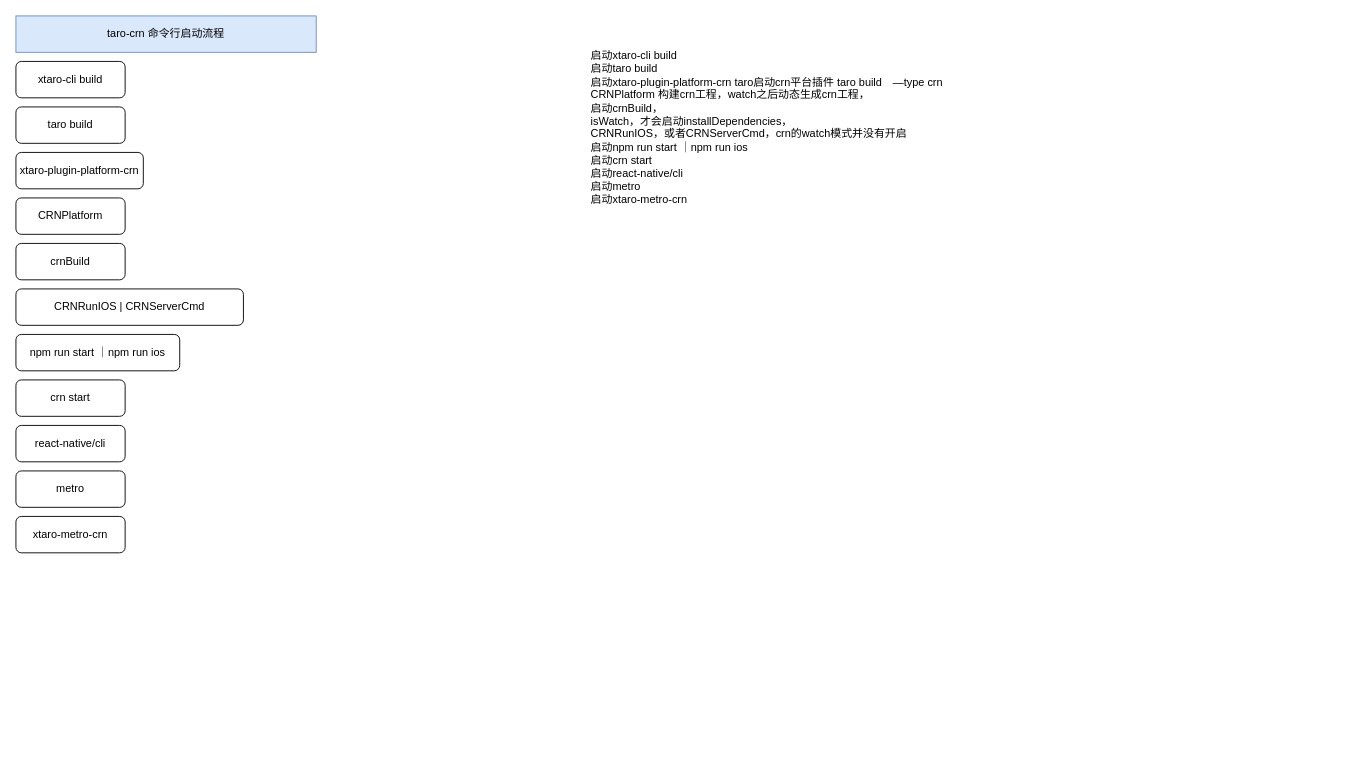
Before: taro-CRN/命令行启动流程.drawio in brainee/diagrams, a draw.io diagram. Source tidied: cells renumbered, new cells numbered last; positions are measured from the earlier drawing's top-left corner, leaving out a move shared by most shapes. Both pictures are drawn from the tidied source at 91%, with x=0, y=0 at pixel (15, 15).
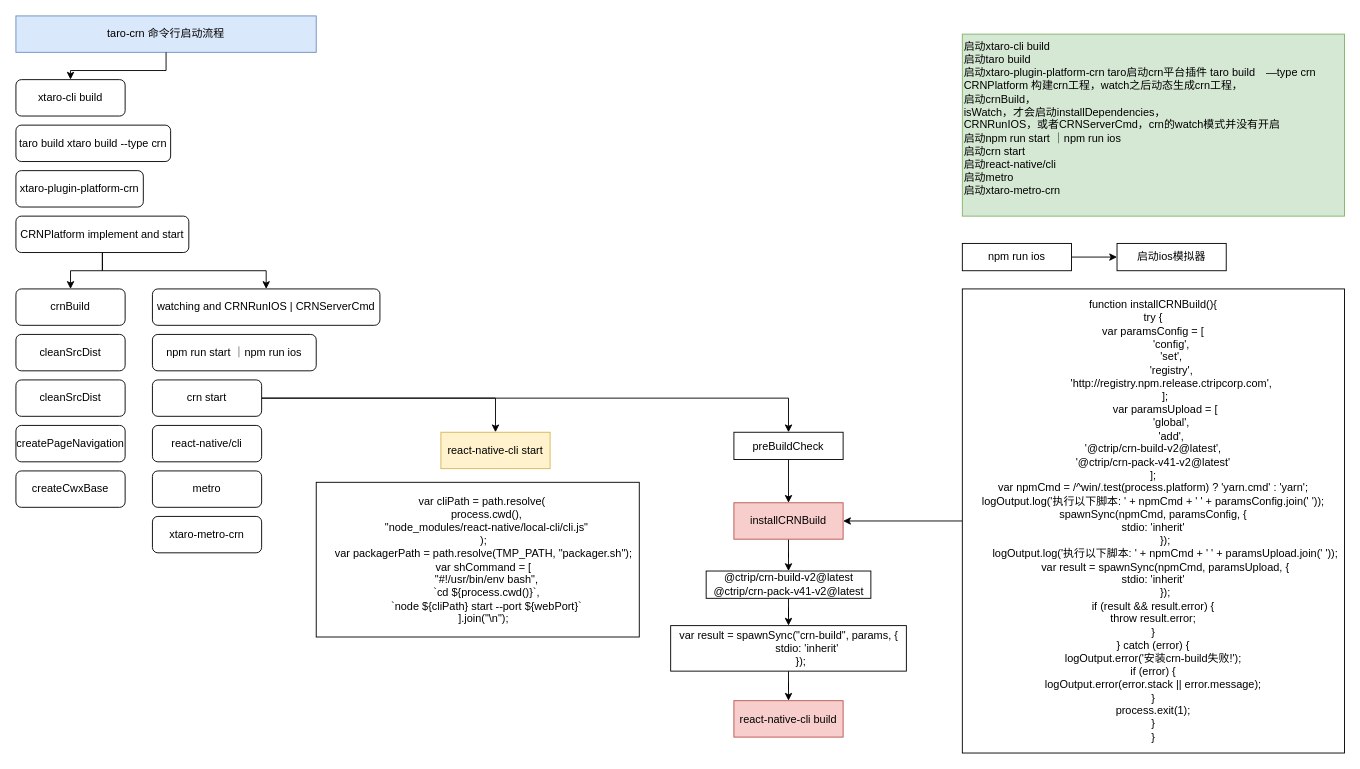
The same page after the edit.

Commit message:
更新命令行启动流程.drawio

The change refers to these unchanged cells:
```xml
<mxCell id="14" value="taro-crn 命令行启动流程" style="whiteSpace=wrap;html=1;fillColor=#dae8fc;strokeColor=#6c8ebf;" parent="1" vertex="1">
  <mxGeometry width="330" height="40" as="geometry" />
</mxCell>
```

The edit, as a diff of the source:
```diff
@@
     <mxCell id="2" value="xtaro-cli build" style="rounded=1;whiteSpace=wrap;html=1;fontSize=12;glass=0;strokeWidth=1;shadow=0;" parent="1" vertex="1">
-      <mxGeometry y="50" width="120" height="40" as="geometry" />
+      <mxGeometry y="70" width="120" height="40" as="geometry" />
     </mxCell>
-    <mxCell id="3" value="taro build" style="rounded=1;whiteSpace=wrap;html=1;fontSize=12;glass=0;strokeWidth=1;shadow=0;" parent="1" vertex="1">
-      <mxGeometry y="100" width="120" height="40" as="geometry" />
+    <mxCell id="3" value="taro build&amp;nbsp;xtaro build --type crn" style="rounded=1;whiteSpace=wrap;html=1;fontSize=12;glass=0;strokeWidth=1;shadow=0;" parent="1" vertex="1">
+      <mxGeometry y="120" width="170" height="40" as="geometry" />
     </mxCell>
     <mxCell id="4" value="npm run start ｜npm run ios" style="rounded=1;whiteSpace=wrap;html=1;fontSize=12;glass=0;strokeWidth=1;shadow=0;" parent="1" vertex="1">
-      <mxGeometry y="350" width="180" height="40" as="geometry" />
+      <mxGeometry x="150" y="350" width="180" height="40" as="geometry" />
     </mxCell>
-    <mxCell id="5" value="启动xtaro-cli build&#10;启动taro build&#10;启动xtaro-plugin-platform-crn taro启动crn平台插件 taro build　—type crn&#10;CRNPlatform 构建crn工程，watch之后动态生成crn工程，&#10;启动crnBuild，&#10;isWatch，才会启动installDependencies，&#10;CRNRunIOS，或者CRNServerCmd，crn的watch模式并没有开启&#10;启动npm run start ｜npm run ios&#10;启动crn start&#10;启动react-native/cli&#10;启动metro&#10;启动xtaro-metro-crn" style="text;whiteSpace=wrap;html=1;" parent="1" vertex="1">
-      <mxGeometry x="630" y="30" width="420" height="200" as="geometry" />
+    <mxCell id="5" value="启动xtaro-cli build&#10;启动taro build&#10;启动xtaro-plugin-platform-crn taro启动crn平台插件 taro build　—type crn&#10;CRNPlatform 构建crn工程，watch之后动态生成crn工程，&#10;启动crnBuild，&#10;isWatch，才会启动installDependencies，&#10;CRNRunIOS，或者CRNServerCmd，crn的watch模式并没有开启&#10;启动npm run start ｜npm run ios&#10;启动crn start&#10;启动react-native/cli&#10;启动metro&#10;启动xtaro-metro-crn" style="text;whiteSpace=wrap;html=1;fillColor=#d5e8d4;strokeColor=#82b366;" parent="1" vertex="1">
+      <mxGeometry x="1040" y="20" width="420" height="200" as="geometry" />
     </mxCell>
+    <mxCell id="15" style="edgeStyle=orthogonalEdgeStyle;rounded=0;jettySize=auto;html=1;exitX=1;exitY=0.5;exitDx=0;exitDy=0;entryX=0.5;entryY=0;entryDx=0;entryDy=0;" parent="1" edge="1" source="6" target="25">
+      <mxGeometry relative="1" as="geometry" />
+    </mxCell>
+    <mxCell id="16" style="edgeStyle=orthogonalEdgeStyle;rounded=0;jettySize=auto;html=1;exitX=1;exitY=0.5;exitDx=0;exitDy=0;entryX=0.5;entryY=0;entryDx=0;entryDy=0;" parent="1" edge="1" source="6" target="30">
+      <mxGeometry relative="1" as="geometry" />
+    </mxCell>
     <mxCell id="6" value="crn start" style="rounded=1;whiteSpace=wrap;html=1;fontSize=12;glass=0;strokeWidth=1;shadow=0;" parent="1" vertex="1">
-      <mxGeometry y="400" width="120" height="40" as="geometry" />
+      <mxGeometry x="150" y="400" width="120" height="40" as="geometry" />
     </mxCell>
     <mxCell id="7" value="xtaro-plugin-platform-crn" style="rounded=1;whiteSpace=wrap;html=1;fontSize=12;glass=0;strokeWidth=1;shadow=0;" parent="1" vertex="1">
-      <mxGeometry y="150" width="140" height="40" as="geometry" />
+      <mxGeometry y="170" width="140" height="40" as="geometry" />
     </mxCell>
+    <mxCell id="17" style="edgeStyle=orthogonalEdgeStyle;rounded=0;jettySize=auto;html=1;exitX=0.5;exitY=1;exitDx=0;exitDy=0;entryX=0.5;entryY=0;entryDx=0;entryDy=0;" parent="1" edge="1" source="8" target="9">
+      <mxGeometry relative="1" as="geometry" />
+    </mxCell>
+    <mxCell id="18" style="edgeStyle=orthogonalEdgeStyle;rounded=0;jettySize=auto;html=1;exitX=0.5;exitY=1;exitDx=0;exitDy=0;entryX=0.5;entryY=0;entryDx=0;entryDy=0;" parent="1" edge="1" source="8" target="10">
+      <mxGeometry relative="1" as="geometry" />
+    </mxCell>
-    <mxCell id="8" value="CRNPlatform" style="rounded=1;whiteSpace=wrap;html=1;fontSize=12;glass=0;strokeWidth=1;shadow=0;" parent="1" vertex="1">
-      <mxGeometry y="200" width="120" height="40" as="geometry" />
+    <mxCell id="8" value="CRNPlatform implement and start" style="rounded=1;whiteSpace=wrap;html=1;fontSize=12;glass=0;strokeWidth=1;shadow=0;" parent="1" vertex="1">
+      <mxGeometry y="220" width="190" height="40" as="geometry" />
     </mxCell>
     <mxCell id="9" value="crnBuild" style="rounded=1;whiteSpace=wrap;html=1;fontSize=12;glass=0;strokeWidth=1;shadow=0;" parent="1" vertex="1">
-      <mxGeometry y="250" width="120" height="40" as="geometry" />
+      <mxGeometry y="300" width="120" height="40" as="geometry" />
     </mxCell>
-    <mxCell id="10" value="CRNRunIOS | CRNServerCmd" style="rounded=1;whiteSpace=wrap;html=1;fontSize=12;glass=0;strokeWidth=1;shadow=0;" parent="1" vertex="1">
-      <mxGeometry y="300" width="250" height="40" as="geometry" />
+    <mxCell id="10" value="watching and CRNRunIOS | CRNServerCmd" style="rounded=1;whiteSpace=wrap;html=1;fontSize=12;glass=0;strokeWidth=1;shadow=0;" parent="1" vertex="1">
+      <mxGeometry x="150" y="300" width="250" height="40" as="geometry" />
     </mxCell>
     <mxCell id="11" value="react-native/cli" style="rounded=1;whiteSpace=wrap;html=1;fontSize=12;glass=0;strokeWidth=1;shadow=0;" parent="1" vertex="1">
-      <mxGeometry y="450" width="120" height="40" as="geometry" />
+      <mxGeometry x="150" y="450" width="120" height="40" as="geometry" />
     </mxCell>
     <mxCell id="12" value="metro" style="rounded=1;whiteSpace=wrap;html=1;fontSize=12;glass=0;strokeWidth=1;shadow=0;" parent="1" vertex="1">
-      <mxGeometry y="500" width="120" height="40" as="geometry" />
+      <mxGeometry x="150" y="500" width="120" height="40" as="geometry" />
     </mxCell>
     <mxCell id="13" value="xtaro-metro-crn" style="rounded=1;whiteSpace=wrap;html=1;fontSize=12;glass=0;strokeWidth=1;shadow=0;" parent="1" vertex="1">
-      <mxGeometry y="550" width="120" height="40" as="geometry" />
+      <mxGeometry x="150" y="550" width="120" height="40" as="geometry" />
     </mxCell>
@@
+    <mxCell id="19" value="cleanSrcDist" style="rounded=1;whiteSpace=wrap;html=1;fontSize=12;glass=0;strokeWidth=1;shadow=0;" parent="1" vertex="1">
+      <mxGeometry y="350" width="120" height="40" as="geometry" />
+    </mxCell>
+    <mxCell id="20" value="cleanSrcDist" style="rounded=1;whiteSpace=wrap;html=1;fontSize=12;glass=0;strokeWidth=1;shadow=0;" parent="1" vertex="1">
+      <mxGeometry y="400" width="120" height="40" as="geometry" />
+    </mxCell>
+    <mxCell id="21" value="createPageNavigation" style="rounded=1;whiteSpace=wrap;html=1;fontSize=12;glass=0;strokeWidth=1;shadow=0;" parent="1" vertex="1">
+      <mxGeometry y="450" width="120" height="40" as="geometry" />
+    </mxCell>
+    <mxCell id="22" value="createCwxBase" style="rounded=1;whiteSpace=wrap;html=1;fontSize=12;glass=0;strokeWidth=1;shadow=0;" parent="1" vertex="1">
+      <mxGeometry y="500" width="120" height="40" as="geometry" />
+    </mxCell>
+    <mxCell id="23" style="edgeStyle=orthogonalEdgeStyle;rounded=0;jettySize=auto;html=1;exitX=0.5;exitY=1;exitDx=0;exitDy=0;entryX=0.5;entryY=0;entryDx=0;entryDy=0;" parent="1" edge="1" source="14" target="2">
+      <mxGeometry relative="1" as="geometry" />
+    </mxCell>
+    <mxCell id="24" value="&lt;div&gt;&amp;nbsp; &amp;nbsp;var cliPath = path.resolve(&lt;/div&gt;&lt;div&gt;&amp;nbsp; &amp;nbsp; &amp;nbsp; process.cwd(),&lt;/div&gt;&lt;div&gt;&amp;nbsp; &amp;nbsp; &amp;nbsp; &quot;node_modules/react-native/local-cli/cli.js&quot;&lt;/div&gt;&lt;div&gt;&amp;nbsp; &amp;nbsp; );&lt;/div&gt;&lt;div&gt;&amp;nbsp; &amp;nbsp; var packagerPath = path.resolve(TMP_PATH, &quot;packager.sh&quot;);&lt;/div&gt;&lt;div&gt;&amp;nbsp; &amp;nbsp; var shCommand = [&lt;/div&gt;&lt;div&gt;&amp;nbsp; &amp;nbsp; &amp;nbsp; &quot;#!/usr/bin/env bash&quot;,&lt;/div&gt;&lt;div&gt;&amp;nbsp; &amp;nbsp; &amp;nbsp; `cd ${process.cwd()}`,&lt;/div&gt;&lt;div&gt;&amp;nbsp; &amp;nbsp; &amp;nbsp; `node ${cliPath} start --port ${webPort}`&lt;/div&gt;&lt;div&gt;&amp;nbsp; &amp;nbsp; ].join(&quot;\n&quot;);&lt;/div&gt;" style="whiteSpace=wrap;html=1;" parent="1" vertex="1">
+      <mxGeometry x="330" y="512.5" width="355" height="170" as="geometry" />
+    </mxCell>
+    <mxCell id="25" value="react-native-cli start" style="whiteSpace=wrap;html=1;fillColor=#fff2cc;strokeColor=#d6b656;" parent="1" vertex="1">
+      <mxGeometry x="467" y="457.5" width="120" height="40" as="geometry" />
+    </mxCell>
+    <mxCell id="26" value="react-native-cli build" style="whiteSpace=wrap;html=1;fillColor=#f8cecc;strokeColor=#b85450;" parent="1" vertex="1">
+      <mxGeometry x="789" y="752.5" width="120" height="40" as="geometry" />
+    </mxCell>
+    <mxCell id="27" style="edgeStyle=orthogonalEdgeStyle;rounded=0;jettySize=auto;html=1;" parent="1" edge="1" source="28" target="26">
+      <mxGeometry relative="1" as="geometry" />
+    </mxCell>
+    <mxCell id="28" value="&lt;div&gt;var result = spawnSync(&quot;crn-build&quot;, params, {&lt;/div&gt;&lt;div&gt;&amp;nbsp; &amp;nbsp; &amp;nbsp; &amp;nbsp; &amp;nbsp; &amp;nbsp; stdio: 'inherit'&lt;/div&gt;&lt;div&gt;&amp;nbsp; &amp;nbsp; &amp;nbsp; &amp;nbsp; });&lt;/div&gt;" style="whiteSpace=wrap;html=1;" parent="1" vertex="1">
+      <mxGeometry x="719.5" y="670" width="259" height="50" as="geometry" />
+    </mxCell>
+    <mxCell id="29" style="edgeStyle=orthogonalEdgeStyle;rounded=0;jettySize=auto;html=1;exitX=0.5;exitY=1;exitDx=0;exitDy=0;entryX=0.5;entryY=0;entryDx=0;entryDy=0;" parent="1" edge="1" source="30" target="33">
+      <mxGeometry relative="1" as="geometry" />
+    </mxCell>
+    <mxCell id="30" value="preBuildCheck" style="whiteSpace=wrap;html=1;" parent="1" vertex="1">
+      <mxGeometry x="789" y="457.5" width="120" height="30" as="geometry" />
+    </mxCell>
+    <mxCell id="31" style="edgeStyle=orthogonalEdgeStyle;rounded=0;orthogonalLoop=1;jettySize=auto;html=1;exitX=0.5;exitY=1;exitDx=0;exitDy=0;" parent="1" edge="1" source="30" target="30">
+      <mxGeometry relative="1" as="geometry" />
+    </mxCell>
+    <mxCell id="32" style="edgeStyle=orthogonalEdgeStyle;rounded=0;jettySize=auto;html=1;" parent="1" edge="1" source="33" target="37">
+      <mxGeometry relative="1" as="geometry" />
+    </mxCell>
+    <mxCell id="33" value="installCRNBuild" style="whiteSpace=wrap;html=1;fillColor=#f8cecc;strokeColor=#b85450;" parent="1" vertex="1">
+      <mxGeometry x="789" y="535" width="120" height="40" as="geometry" />
+    </mxCell>
+    <mxCell id="34" style="edgeStyle=orthogonalEdgeStyle;rounded=0;jettySize=auto;html=1;exitX=0;exitY=0.5;exitDx=0;exitDy=0;entryX=1;entryY=0.5;entryDx=0;entryDy=0;" parent="1" edge="1" source="35" target="33">
+      <mxGeometry relative="1" as="geometry" />
+    </mxCell>
+    <mxCell id="35" value="&lt;div&gt;function installCRNBuild(){&lt;/div&gt;&lt;div&gt; try {&lt;/div&gt;&lt;div&gt;&lt;span style=&quot;&quot;&gt;  &lt;/span&gt;var paramsConfig = [&lt;/div&gt;&lt;div&gt;&amp;nbsp; &amp;nbsp; &amp;nbsp; &amp;nbsp; &amp;nbsp; &amp;nbsp; 'config',&lt;/div&gt;&lt;div&gt;&amp;nbsp; &amp;nbsp; &amp;nbsp; &amp;nbsp; &amp;nbsp; &amp;nbsp; 'set',&lt;/div&gt;&lt;div&gt;&amp;nbsp; &amp;nbsp; &amp;nbsp; &amp;nbsp; &amp;nbsp; &amp;nbsp; 'registry',&lt;/div&gt;&lt;div&gt;&amp;nbsp; &amp;nbsp; &amp;nbsp; &amp;nbsp; &amp;nbsp; &amp;nbsp; 'http://registry.npm.release.ctripcorp.com',&lt;/div&gt;&lt;div&gt;&amp;nbsp; &amp;nbsp; &amp;nbsp; &amp;nbsp; ];&lt;/div&gt;&lt;div&gt;&amp;nbsp; &amp;nbsp; &amp;nbsp; &amp;nbsp; var paramsUpload = [&lt;/div&gt;&lt;div&gt;&amp;nbsp; &amp;nbsp; &amp;nbsp; &amp;nbsp; &amp;nbsp; &amp;nbsp; 'global',&lt;/div&gt;&lt;div&gt;&amp;nbsp; &amp;nbsp; &amp;nbsp; &amp;nbsp; &amp;nbsp; &amp;nbsp; 'add',&lt;/div&gt;&lt;div&gt;&lt;span style=&quot;&quot;&gt;   &lt;/span&gt;'@ctrip/crn-build-v2@latest',&lt;/div&gt;&lt;div&gt;&lt;span style=&quot;&quot;&gt;   &lt;/span&gt;'@ctrip/crn-pack-v41-v2@latest'&lt;/div&gt;&lt;div&gt;&lt;span style=&quot;&quot;&gt;  &lt;/span&gt;];&lt;/div&gt;&lt;div&gt;&lt;span style=&quot;&quot;&gt;  &lt;/span&gt;var npmCmd = /^win/.test(process.platform) ? 'yarn.cmd' : 'yarn';&lt;/div&gt;&lt;div&gt;&lt;span style=&quot;&quot;&gt;  &lt;/span&gt;logOutput.log('执行以下脚本: ' + npmCmd + ' ' + paramsConfig.join(' '));&lt;/div&gt;&lt;div&gt;&lt;span style=&quot;&quot;&gt;  &lt;/span&gt;spawnSync(npmCmd, paramsConfig, {&lt;/div&gt;&lt;div&gt;&lt;span style=&quot;&quot;&gt;   &lt;/span&gt;stdio: 'inherit'&lt;/div&gt;&lt;div&gt;&amp;nbsp; &amp;nbsp; &amp;nbsp; &amp;nbsp; });&lt;/div&gt;&lt;div&gt;&amp;nbsp; &amp;nbsp; &amp;nbsp; &amp;nbsp; logOutput.log('执行以下脚本: ' + npmCmd + ' ' + paramsUpload.join(' '));&lt;/div&gt;&lt;div&gt;&amp;nbsp; &amp;nbsp; &amp;nbsp; &amp;nbsp; var result = spawnSync(npmCmd, paramsUpload, {&lt;/div&gt;&lt;div&gt;&lt;span style=&quot;&quot;&gt;   &lt;/span&gt;stdio: 'inherit'&lt;/div&gt;&lt;div&gt;&amp;nbsp; &amp;nbsp; &amp;nbsp; &amp;nbsp; });&lt;/div&gt;&lt;div&gt;&lt;span style=&quot;&quot;&gt;  &lt;/span&gt;if (result &amp;amp;&amp;amp; result.error) {&lt;/div&gt;&lt;div&gt;&lt;span style=&quot;&quot;&gt;   &lt;/span&gt;throw result.error;&lt;/div&gt;&lt;div&gt;&lt;span style=&quot;&quot;&gt;  &lt;/span&gt;}&lt;/div&gt;&lt;div&gt;&lt;span style=&quot;&quot;&gt; &lt;/span&gt;} catch (error) {&lt;/div&gt;&lt;div&gt;&lt;span style=&quot;&quot;&gt;  &lt;/span&gt;logOutput.error('安装crn-build失败!');&lt;/div&gt;&lt;div&gt;&lt;span style=&quot;&quot;&gt;  &lt;/span&gt;if (error) {&lt;/div&gt;&lt;div&gt;&lt;span style=&quot;&quot;&gt;   &lt;/span&gt;logOutput.error(error.stack || error.message);&lt;/div&gt;&lt;div&gt;&lt;span style=&quot;&quot;&gt;  &lt;/span&gt;}&lt;/div&gt;&lt;div&gt;&lt;span style=&quot;&quot;&gt;  &lt;/span&gt;process.exit(1);&lt;/div&gt;&lt;div&gt;&lt;span style=&quot;&quot;&gt; &lt;/span&gt;}&lt;/div&gt;&lt;div&gt;}&lt;/div&gt;" style="whiteSpace=wrap;html=1;" parent="1" vertex="1">
+      <mxGeometry x="1040" y="300" width="420" height="510" as="geometry" />
+    </mxCell>
+    <mxCell id="36" style="edgeStyle=orthogonalEdgeStyle;rounded=0;jettySize=auto;html=1;" parent="1" edge="1" source="37" target="28">
+      <mxGeometry relative="1" as="geometry" />
+    </mxCell>
+    <mxCell id="37" value="@ctrip/crn-build-v2@latest&lt;br&gt;@ctrip/crn-pack-v41-v2@latest" style="whiteSpace=wrap;html=1;" parent="1" vertex="1">
+      <mxGeometry x="758.5" y="610" width="181" height="30" as="geometry" />
+    </mxCell>
+    <mxCell id="38" style="edgeStyle=orthogonalEdgeStyle;rounded=0;jettySize=auto;html=1;" parent="1" edge="1" source="39" target="40">
+      <mxGeometry relative="1" as="geometry" />
+    </mxCell>
+    <mxCell id="39" value="npm run ios" style="whiteSpace=wrap;html=1;" parent="1" vertex="1">
+      <mxGeometry x="1040" y="250" width="120" height="30" as="geometry" />
+    </mxCell>
+    <mxCell id="40" value="启动ios模拟器" style="whiteSpace=wrap;html=1;" parent="1" vertex="1">
+      <mxGeometry x="1210" y="250" width="120" height="30" as="geometry" />
+    </mxCell>
```
